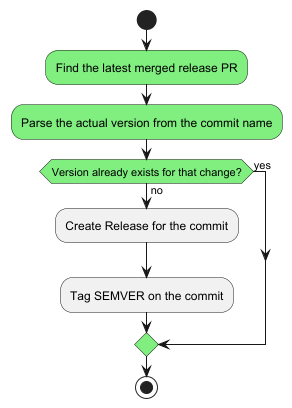
The PlantUML diagram docs/plantuml/create_release_flow.png in zolkiss/project-git-release-core, before a commit.
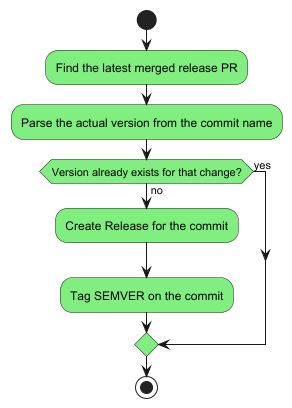
Above is the later version.

Commit message:
feat(release-action): Create release from the latest unreleased PR

Diff of the diagram source:
```diff
@@ -8,8 +8,8 @@
 :Find the latest merged release PR; <<finished>>
 :Parse the actual version from the commit name; <<finished>>
 if(Version already exists for that change?) then (no) <<finished>>
-    :Create Release for the commit;
-    :Tag SEMVER on the commit;
+    :Create Release for the commit; <<finished>>
+    :Tag SEMVER on the commit; <<finished>>
 else (yes)
 endif
 stop
```
